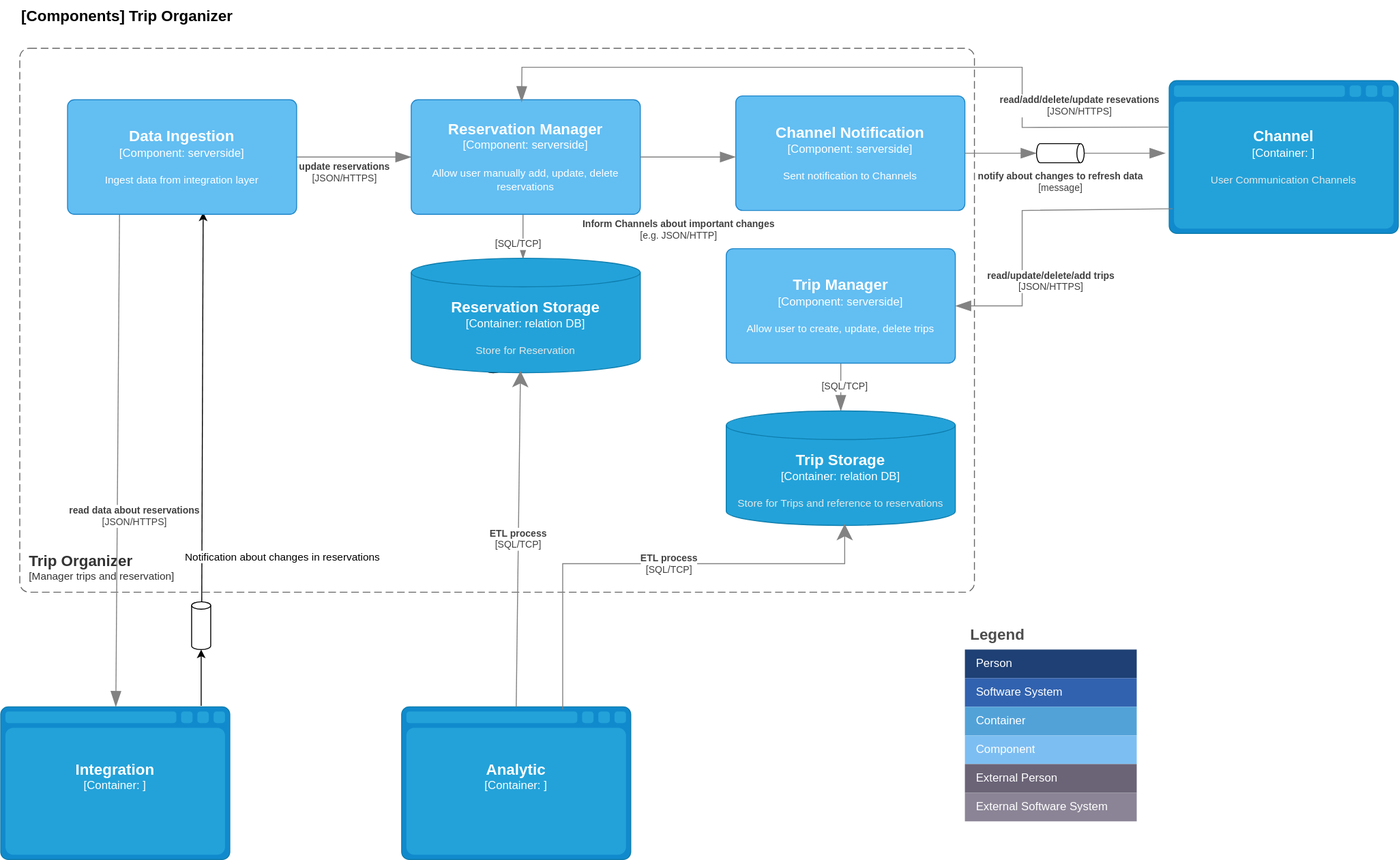
Before: diagrams/Component-TripOrganizer.drawio.svg, a diagram exported from draw.io (wschaef/architecture-kata-2023). Source tidied: cells renumbered, new cells last; positions are measured from the earlier drawing's top-left corner, leaving out a move shared by most shapes.
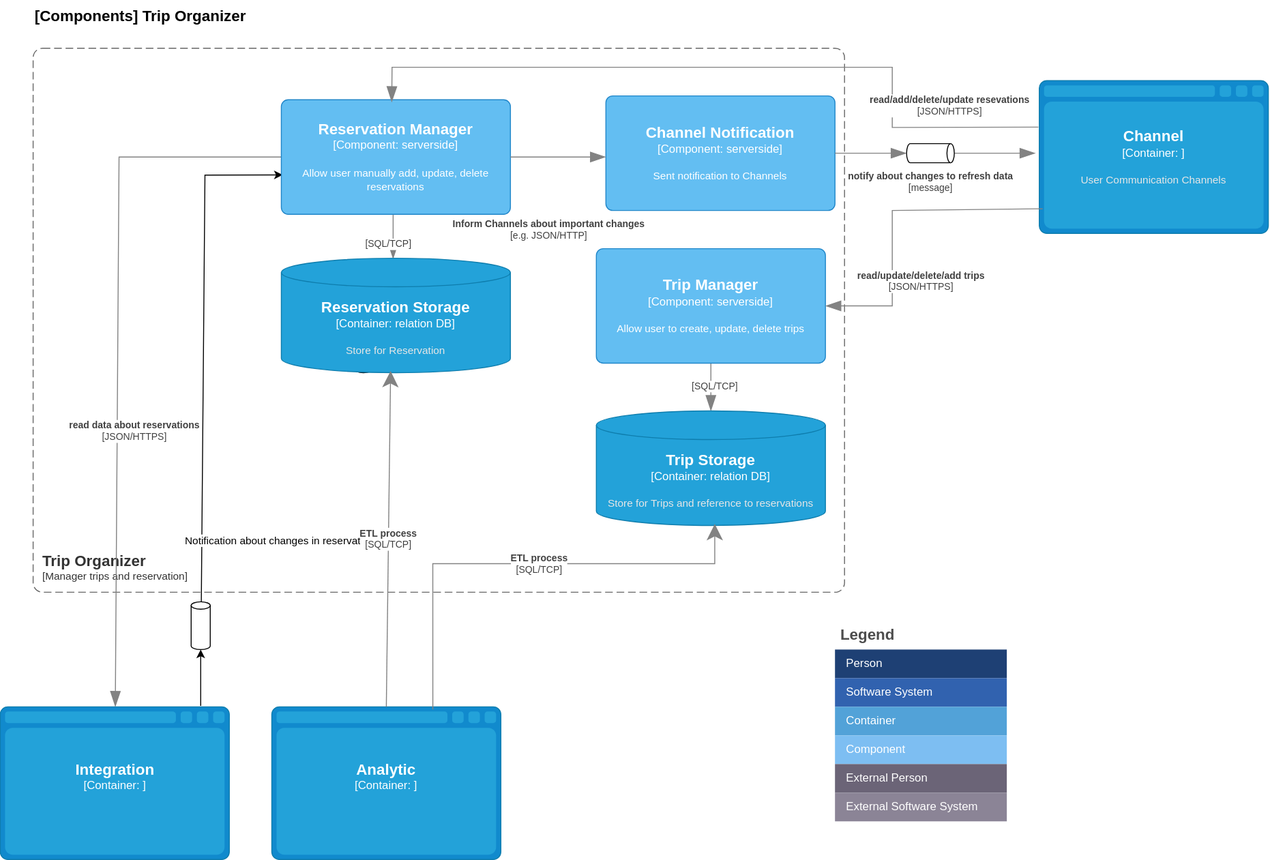
After the change.

What changed in the source:
```diff
@@ -4,11 +4,15 @@
     <mxCell id="1" parent="0" />
     <object id="2" label="&lt;font style=&quot;font-size: 16px&quot;&gt;&lt;b&gt;&lt;div style=&quot;text-align: left&quot;&gt;%c4Name%&lt;/div&gt;&lt;/b&gt;&lt;/font&gt;&lt;div style=&quot;text-align: left&quot;&gt;[%c4Application%]&lt;/div&gt;" c4Application="Manager trips and reservation" c4Name="Trip Organizer" c4Type="ContainerScopeBoundary" placeholders="1">
       <mxCell style="rounded=1;fontSize=11;whiteSpace=wrap;html=1;dashed=1;arcSize=20;fillColor=none;strokeColor=#666666;fontColor=#333333;labelBackgroundColor=none;align=left;verticalAlign=bottom;labelBorderColor=none;spacingTop=0;spacing=10;dashPattern=8 4;perimeter=rectanglePerimeter;noLabel=0;labelPadding=0;absoluteArcSize=1;" parent="1" vertex="1">
-        <mxGeometry x="20" y="50" width="1000" height="570" as="geometry" />
+        <mxGeometry x="170" y="50" width="850" height="570" as="geometry" />
       </mxCell>
     </object>
-    <mxCell id="3" style="rounded=0;jettySize=auto;html=1;entryX=0.592;entryY=0.984;entryDx=0;entryDy=0;entryPerimeter=0;exitX=0.529;exitY=0.145;exitDx=0;exitDy=0;exitPerimeter=0;" parent="1" edge="1" source="33" target="26">
-      <mxGeometry relative="1" as="geometry" />
+    <mxCell id="3" style="rounded=0;jettySize=auto;html=1;entryX=0.006;entryY=0.656;entryDx=0;entryDy=0;entryPerimeter=0;exitX=0.529;exitY=0.145;exitDx=0;exitDy=0;exitPerimeter=0;" parent="1" edge="1" source="33" target="28">
+      <mxGeometry relative="1" as="geometry">
+        <Array as="points">
+          <mxPoint x="350" y="183" />
+        </Array>
+      </mxGeometry>
     </mxCell>
     <mxCell id="4" value="Notification about changes in reservations" style="edgeLabel;html=1;align=center;verticalAlign=middle;" parent="3" vertex="1">
       <mxGeometry x="-0.73" relative="1" as="geometry">
@@ -16,8 +20,12 @@
       </mxGeometry>
     </mxCell>
     <object id="5" label="&lt;div style=&quot;text-align: left&quot;&gt;&lt;div style=&quot;text-align: center&quot;&gt;&lt;b&gt;%c4Description%&lt;/b&gt;&lt;/div&gt;&lt;div style=&quot;text-align: center&quot;&gt;[%c4Technology%]&lt;/div&gt;&lt;/div&gt;" c4Description="read data about reservations" c4Technology="JSON/HTTPS" c4Type="Relationship" placeholders="1">
-      <mxCell style="endArrow=blockThin;html=1;fontSize=10;fontColor=#404040;strokeWidth=1;endFill=1;strokeColor=#828282;elbow=vertical;endSize=14;startSize=14;jumpStyle=arc;jumpSize=16;rounded=0;exitX=0.227;exitY=0.99;exitDx=0;exitDy=0;exitPerimeter=0;" parent="1" edge="1" source="26" target="31">
-        <mxGeometry x="0.23" y="18" relative="1" as="geometry" />
+      <mxCell style="endArrow=blockThin;html=1;fontSize=10;fontColor=#404040;strokeWidth=1;endFill=1;strokeColor=#828282;elbow=vertical;endSize=14;startSize=14;jumpStyle=arc;jumpSize=16;rounded=0;exitX=0;exitY=0.5;exitDx=0;exitDy=0;exitPerimeter=0;" parent="1" edge="1" source="28" target="31">
+        <mxGeometry x="0.23" y="18" relative="1" as="geometry">
+          <Array as="points">
+            <mxPoint x="260" y="164" />
+          </Array>
+        </mxGeometry>
       </mxCell>
     </object>
     <object id="6" label="&lt;div style=&quot;text-align: left&quot;&gt;&lt;div style=&quot;text-align: center&quot;&gt;&lt;b&gt;%c4Description%&lt;/b&gt;&lt;/div&gt;&lt;div style=&quot;text-align: center&quot;&gt;[%c4Technology%]&lt;/div&gt;&lt;/div&gt;" c4Description="notify about changes to refresh data" c4Technology="message" c4Type="Relationship" placeholders="1">
@@ -31,15 +39,6 @@
     <mxCell id="7" style="shape=cylinder3;whiteSpace=wrap;html=1;boundedLbl=1;backgroundOutline=1;size=3.8571428571429465;" parent="1" vertex="1">
       <mxGeometry x="506" y="340" width="20" height="50" as="geometry" />
     </mxCell>
-    <object id="8" label="&lt;div style=&quot;text-align: left&quot;&gt;&lt;div style=&quot;text-align: center&quot;&gt;&lt;b&gt;%c4Description%&lt;/b&gt;&lt;/div&gt;&lt;div style=&quot;text-align: center&quot;&gt;[%c4Technology%]&lt;/div&gt;&lt;/div&gt;" c4Description="update reservations" c4Technology="JSON/HTTPS" c4Type="Relationship" placeholders="1">
-      <mxCell style="endArrow=blockThin;html=1;fontSize=10;fontColor=#404040;strokeWidth=1;endFill=1;strokeColor=#828282;elbow=vertical;endSize=14;startSize=14;jumpStyle=arc;jumpSize=16;rounded=0;exitX=1;exitY=0.5;exitDx=0;exitDy=0;exitPerimeter=0;entryX=0;entryY=0.5;entryDx=0;entryDy=0;entryPerimeter=0;" parent="1" edge="1" source="26" target="28">
-        <mxGeometry x="-0.17" y="-16" relative="1" as="geometry">
-          <Array as="points">
-            <mxPoint x="430" y="164" />
-          </Array>
-        </mxGeometry>
-      </mxCell>
-    </object>
     <object id="9" label="&lt;div style=&quot;text-align: left&quot;&gt;&lt;div style=&quot;text-align: center&quot;&gt;&lt;b&gt;%c4Description%&lt;/b&gt;&lt;/div&gt;&lt;div style=&quot;text-align: center&quot;&gt;[%c4Technology%]&lt;/div&gt;&lt;/div&gt;" c4Description="" c4Technology="SQL/TCP" c4Type="Relationship" placeholders="1">
       <mxCell style="endArrow=blockThin;html=1;fontSize=10;fontColor=#404040;strokeWidth=1;endFill=1;strokeColor=#828282;elbow=vertical;endSize=14;startSize=14;jumpStyle=arc;jumpSize=16;rounded=0;entryX=0.5;entryY=0;entryDx=0;entryDy=0;entryPerimeter=0;exitX=0.5;exitY=1;exitDx=0;exitDy=0;exitPerimeter=0;" parent="1" edge="1" source="27" target="34">
         <mxGeometry x="-0.04" y="4" relative="1" as="geometry" />
@@ -52,7 +51,7 @@
     </object>
     <object id="11" label="&lt;font style=&quot;font-size: 16px&quot;&gt;&lt;b&gt;&lt;div style=&quot;text-align: left&quot;&gt;%c4Name%&lt;/div&gt;&lt;/b&gt;&lt;/font&gt;&lt;div style=&quot;text-align: left&quot;&gt;%c4Description%&lt;/div&gt;" c4Description="" c4Name="[Components] Trip Organizer" c4Type="ContainerDiagramTitle" placeholders="1">
       <mxCell style="text;html=1;strokeColor=none;fillColor=none;align=left;verticalAlign=top;whiteSpace=wrap;rounded=0;" parent="1" vertex="1">
-        <mxGeometry x="20" width="680" height="40" as="geometry" />
+        <mxGeometry x="170" width="680" height="40" as="geometry" />
       </mxCell>
     </object>
     <mxCell id="12" value="Legend" style="shape=table;startSize=30;fontSize=16;align=left;verticalAlign=top;fillColor=none;strokeColor=none;fontColor=#4D4D4D;fontStyle=1;spacingLeft=6;spacing=0;" parent="1" vertex="1">
@@ -99,11 +98,6 @@
         <mxGeometry x="430" y="270" width="240" height="120" as="geometry" />
       </mxCell>
     </object>
-    <object id="26" label="&lt;font style=&quot;font-size: 16px&quot;&gt;&lt;b&gt;%c4Name%&lt;/b&gt;&lt;/font&gt;&lt;div&gt;[%c4Type%: %c4Technology%]&lt;/div&gt;&lt;br&gt;&lt;div&gt;&lt;font style=&quot;font-size: 11px&quot;&gt;%c4Description%&lt;/font&gt;&lt;/div&gt;" c4Description="Ingest data from integration layer" c4Name="Data Ingestion" c4Technology="serverside" c4Type="Component" placeholders="1">
-      <mxCell style="rounded=1;whiteSpace=wrap;html=1;labelBackgroundColor=none;fillColor=#63BEF2;fontColor=#ffffff;align=center;arcSize=6;strokeColor=#2086C9;points=[[0.25,0,0],[0.5,0,0],[0.75,0,0],[1,0.25,0],[1,0.5,0],[1,0.75,0],[0.75,1,0],[0.5,1,0],[0.25,1,0],[0,0.75,0],[0,0.5,0],[0,0.25,0]];" parent="1" vertex="1">
-        <mxGeometry x="70" y="104" width="240" height="120" as="geometry" />
-      </mxCell>
-    </object>
     <object id="27" label="&lt;font style=&quot;font-size: 16px&quot;&gt;&lt;b&gt;%c4Name%&lt;/b&gt;&lt;/font&gt;&lt;div&gt;[%c4Type%: %c4Technology%]&lt;/div&gt;&lt;br&gt;&lt;div&gt;&lt;font style=&quot;font-size: 11px&quot;&gt;%c4Description%&lt;/font&gt;&lt;/div&gt;" c4Description="Allow user to create, update, delete trips" c4Name="Trip Manager" c4Technology="serverside" c4Type="Component" placeholders="1">
       <mxCell style="rounded=1;whiteSpace=wrap;html=1;labelBackgroundColor=none;fillColor=#63BEF2;fontColor=#ffffff;align=center;arcSize=6;strokeColor=#2086C9;points=[[0.25,0,0],[0.5,0,0],[0.75,0,0],[1,0.25,0],[1,0.5,0],[1,0.75,0],[0.75,1,0],[0.5,1,0],[0.25,1,0],[0,0.75,0],[0,0.5,0],[0,0.25,0]];" parent="1" vertex="1">
         <mxGeometry x="760" y="260" width="240" height="120" as="geometry" />
@@ -126,16 +120,16 @@
     </object>
     <object id="31" label="&lt;font style=&quot;font-size: 16px&quot;&gt;&lt;b&gt;%c4Type%&lt;/b&gt;&lt;/font&gt;&lt;div&gt;[%c4Container%:&amp;nbsp;%c4Technology%]&lt;/div&gt;&lt;br&gt;&lt;div&gt;&lt;font style=&quot;font-size: 11px&quot;&gt;&lt;font color=&quot;#E6E6E6&quot;&gt;%c4Description%&lt;/font&gt;&lt;/div&gt;" c4Container="Container" c4Description="" c4Technology="" c4Type="Integration" placeholders="1">
       <mxCell style="shape=mxgraph.c4.webBrowserContainer2;whiteSpace=wrap;html=1;boundedLbl=1;rounded=0;labelBackgroundColor=none;strokeColor=#118ACD;fillColor=#23A2D9;strokeColor=#118ACD;strokeColor2=#0E7DAD;fontSize=12;fontColor=#ffffff;align=center;points=[[0.5,0,0],[1,0.25,0],[1,0.5,0],[1,0.75,0],[0.5,1,0],[0,0.75,0],[0,0.5,0],[0,0.25,0]];" parent="1" vertex="1">
-        <mxGeometry y="740" width="240" height="160" as="geometry" />
+        <mxGeometry x="135.5" y="740" width="240" height="160" as="geometry" />
       </mxCell>
     </object>
     <mxCell id="32" style="rounded=0;jettySize=auto;html=1;entryX=0.5;entryY=1;entryDx=0;entryDy=0;entryPerimeter=0;" parent="1" edge="1" target="33">
       <mxGeometry relative="1" as="geometry">
-        <mxPoint x="210" y="739" as="sourcePoint" />
+        <mxPoint x="345.5" y="739" as="sourcePoint" />
       </mxGeometry>
     </mxCell>
     <mxCell id="33" style="shape=cylinder3;whiteSpace=wrap;html=1;boundedLbl=1;backgroundOutline=1;size=3.8571428571429465;" parent="1" vertex="1">
-      <mxGeometry x="200" y="630" width="20" height="50" as="geometry" />
+      <mxGeometry x="335.5" y="630" width="20" height="50" as="geometry" />
     </mxCell>
     <object id="34" label="&lt;font style=&quot;font-size: 16px&quot;&gt;&lt;b&gt;%c4Type%&lt;/b&gt;&lt;/font&gt;&lt;div&gt;[%c4Container%:&amp;nbsp;%c4Technology%]&lt;/div&gt;&lt;br&gt;&lt;div&gt;&lt;font style=&quot;font-size: 11px&quot;&gt;&lt;font color=&quot;#E6E6E6&quot;&gt;%c4Description%&lt;/font&gt;&lt;/div&gt;" c4Container="Container" c4Description="Store for Trips and reference to reservations" c4Technology="relation DB" c4Type="Trip Storage" placeholders="1">
       <mxCell style="shape=cylinder3;size=15;whiteSpace=wrap;html=1;boundedLbl=1;rounded=0;labelBackgroundColor=none;fillColor=#23A2D9;fontSize=12;fontColor=#ffffff;align=center;strokeColor=#0E7DAD;points=[[0.5,0,0],[1,0.25,0],[1,0.5,0],[1,0.75,0],[0.5,1,0],[0,0.75,0],[0,0.5,0],[0,0.25,0]];" parent="1" vertex="1">
```
